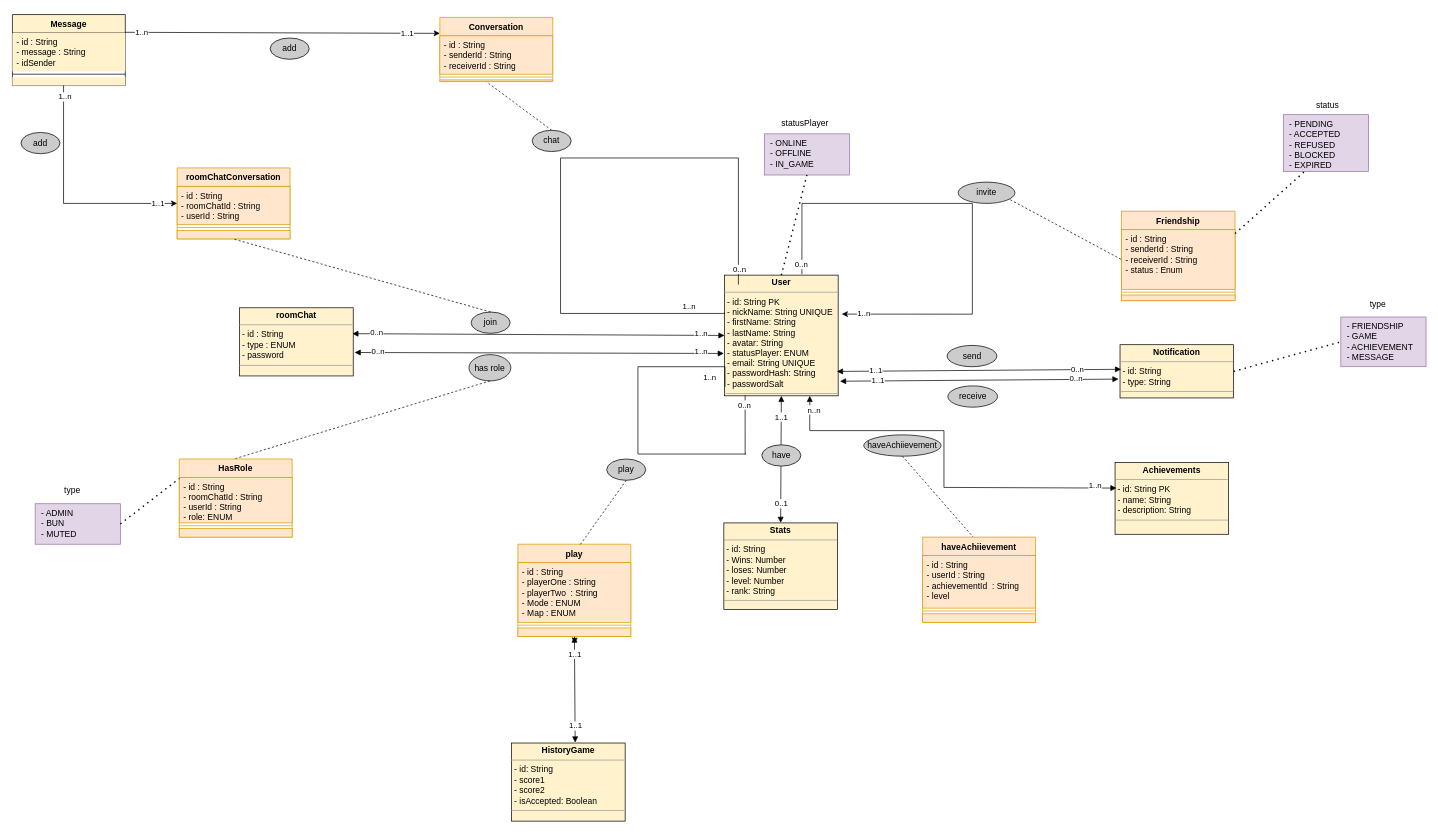
The draw.io diagram class_diagram.drawio in FRAGG33R/whiff-waff, before the edit. Source tidied: cells renumbered, new cells numbered last; positions are measured from the earlier drawing's top-left corner, leaving out a move shared by most shapes. Both pictures are drawn from the tidied source at 71%, with x=0, y=0 at pixel (12, 14).
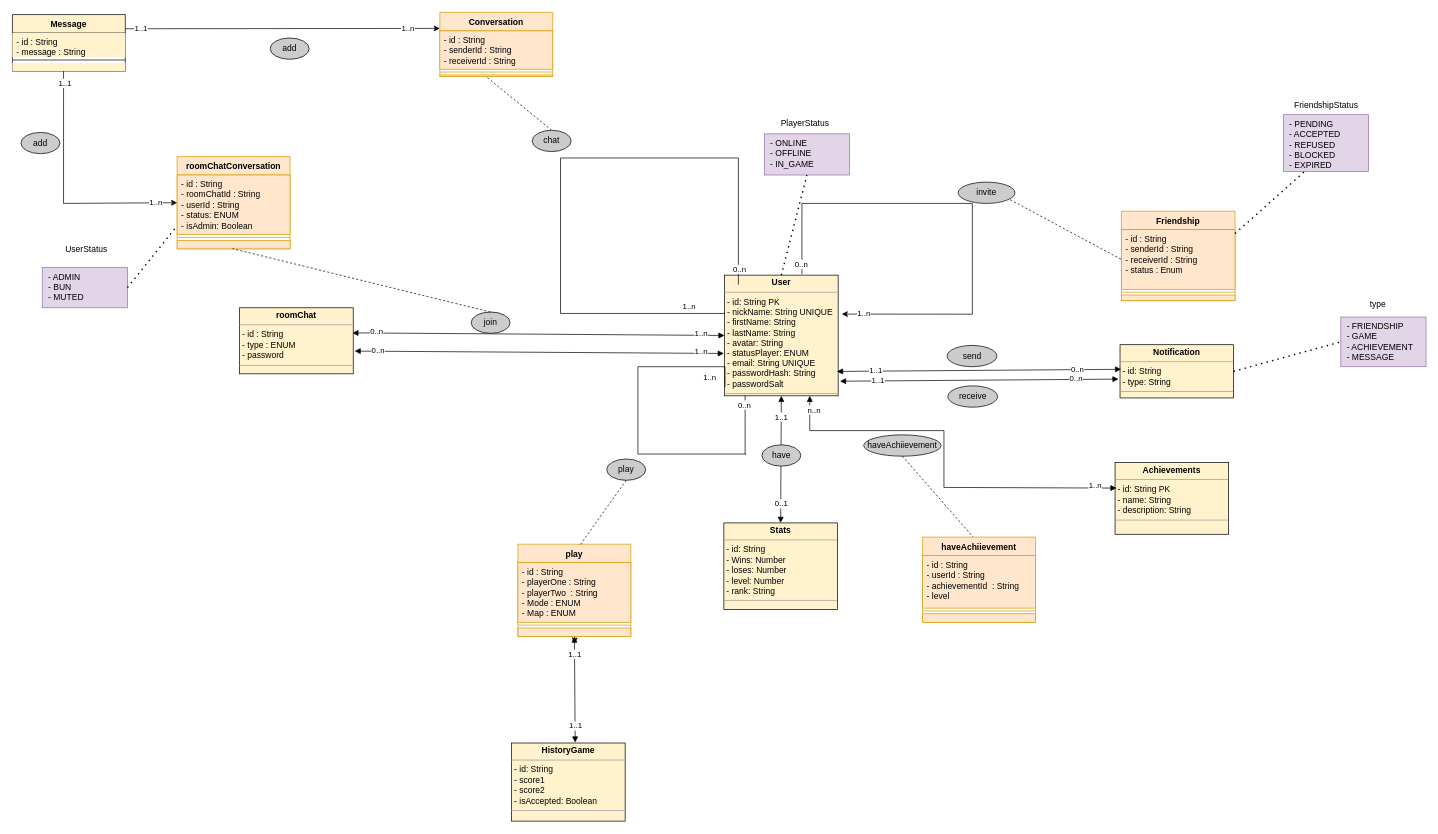
After the change.

Commit message:
refactore: removing useless element

The change refers to these unchanged cells:
```xml
<mxCell id="49" style="endArrow=classic;html=1;rounded=0;entryX=0;entryY=0.25;entryDx=0;entryDy=0;exitX=1;exitY=0.25;exitDx=0;exitDy=0;" parent="1" edge="1" source="44" target="39">
  <mxGeometry relative="1" as="geometry" />
</mxCell>
<mxCell id="62" style="endArrow=classic;html=1;rounded=0;exitX=0.453;exitY=0.974;exitDx=0;exitDy=0;entryX=0;entryY=0.5;entryDx=0;entryDy=0;exitPerimeter=0;" parent="1" edge="1" source="47" target="57">
  <mxGeometry relative="1" as="geometry">
    <Array as="points">
      <mxPoint x="72" y="266" />
    </Array>
  </mxGeometry>
</mxCell>
```

Change to the diagram source:
```diff
@@
-    <mxCell id="20" value="status" style="text;html=1;align=center;verticalAlign=middle;strokeColor=none;fillColor=none;" parent="1" vertex="1">
-      <mxGeometry x="1822" y="113" width="60" height="30" as="geometry" />
+    <mxCell id="20" value="FriendshipStatus" style="text;html=1;align=center;verticalAlign=middle;strokeColor=none;fillColor=none;" parent="1" vertex="1">
+      <mxGeometry x="1795" y="113" width="110" height="30" as="geometry" />
     </mxCell>
@@
     <mxCell id="39" value="Conversation" style="swimlane;fontStyle=1;align=center;verticalAlign=top;horizontal=1;startSize=26;whiteSpace=wrap;html=1;fillColor=#ffe6cc;strokeColor=#d79b00;" parent="1" vertex="1">
-      <mxGeometry x="602" y="4" width="159" height="90" as="geometry" />
+      <mxGeometry x="602" y="-3" width="159" height="90" as="geometry" />
     </mxCell>
@@
     <mxCell id="44" value="Message" style="swimlane;fontStyle=1;align=center;verticalAlign=top;horizontal=1;startSize=26;whiteSpace=wrap;html=1;fillColor=#FFF2CC;" parent="1" vertex="1">
-      <mxGeometry width="159" height="100" as="geometry" />
+      <mxGeometry width="159" height="80" as="geometry" />
     </mxCell>
-    <mxCell id="45" value="- id : String&lt;br&gt;- message : String&lt;br&gt;- idSender" style="text;strokeColor=none;fillColor=#FFF2CC;align=left;verticalAlign=top;spacingLeft=4;spacingRight=4;overflow=hidden;whiteSpace=wrap;html=1;" parent="44" vertex="1">
-      <mxGeometry y="26" width="159" height="54" as="geometry" />
+    <mxCell id="45" value="- id : String&lt;br&gt;- message : String" style="text;strokeColor=none;fillColor=#FFF2CC;align=left;verticalAlign=top;spacingLeft=4;spacingRight=4;overflow=hidden;whiteSpace=wrap;html=1;" parent="44" vertex="1">
+      <mxGeometry y="26" width="159" height="34" as="geometry" />
     </mxCell>
     <mxCell id="46" style="line;strokeWidth=1;fillColor=none;align=left;verticalAlign=middle;spacingTop=-1;spacingLeft=3;spacingRight=3;labelPosition=right;strokeColor=inherit;" parent="44" vertex="1">
-      <mxGeometry y="80" width="159" height="8" as="geometry" />
+      <mxGeometry y="60" width="159" height="8" as="geometry" />
     </mxCell>
     <mxCell id="47" style="text;strokeColor=none;fillColor=#FFF2CC;align=left;verticalAlign=top;spacingLeft=4;spacingRight=4;overflow=hidden;points=[[0,0.5],[1,0.5]];portConstraint=eastwest;whiteSpace=wrap;html=1;" parent="44" vertex="1">
-      <mxGeometry y="88" width="159" height="12" as="geometry" />
+      <mxGeometry y="68" width="159" height="12" as="geometry" />
     </mxCell>
@@
-    <mxCell id="50" value="1..1" style="edgeLabel;html=1;align=center;verticalAlign=middle;" parent="49" vertex="1">
+    <mxCell id="50" value="1..n" style="edgeLabel;html=1;align=center;verticalAlign=middle;" parent="49" vertex="1">
       <mxGeometry x="0.69" y="-1" relative="1" as="geometry">
         <mxPoint x="23" y="-2" as="offset" />
       </mxGeometry>
     </mxCell>
-    <mxCell id="51" value="1..n" style="edgeLabel;html=1;align=center;verticalAlign=middle;" parent="49" vertex="1">
+    <mxCell id="51" value="1..1" style="edgeLabel;html=1;align=center;verticalAlign=middle;" parent="49" vertex="1">
       <mxGeometry x="-0.9" y="1" relative="1" as="geometry" />
     </mxCell>
@@
     <mxCell id="55" value="&lt;p style=&quot;margin:0px;margin-top:4px;text-align:center;&quot;&gt;&lt;b&gt;roomChat&lt;/b&gt;&lt;/p&gt;&lt;hr size=&quot;1&quot;&gt;&lt;p style=&quot;margin:0px;margin-left:4px;&quot;&gt;- id : String&lt;/p&gt;&lt;p style=&quot;margin:0px;margin-left:4px;&quot;&gt;- type : ENUM&lt;/p&gt;&lt;p style=&quot;margin:0px;margin-left:4px;&quot;&gt;- password&lt;/p&gt;&lt;hr size=&quot;1&quot;&gt;&lt;p style=&quot;margin:0px;margin-left:4px;&quot;&gt;&lt;br&gt;&lt;/p&gt;" style="verticalAlign=top;align=left;overflow=fill;fontSize=12;fontFamily=Helvetica;html=1;whiteSpace=wrap;fillColor=#FFF2CC;" parent="1" vertex="1">
-      <mxGeometry x="320" y="413" width="160" height="96" as="geometry" />
+      <mxGeometry x="320" y="413" width="160" height="93" as="geometry" />
     </mxCell>
@@
     <mxCell id="57" value="roomChatConversation" style="swimlane;fontStyle=1;align=center;verticalAlign=top;horizontal=1;startSize=26;whiteSpace=wrap;html=1;fillColor=#ffe6cc;strokeColor=#d79b00;" parent="1" vertex="1">
-      <mxGeometry x="232" y="216" width="159" height="100" as="geometry" />
+      <mxGeometry x="232" y="200" width="159" height="130" as="geometry" />
     </mxCell>
-    <mxCell id="58" value="- id : String&lt;br&gt;- roomChatId : String&lt;br&gt;- userId : String" style="text;strokeColor=#d79b00;fillColor=#ffe6cc;align=left;verticalAlign=top;spacingLeft=4;spacingRight=4;overflow=hidden;whiteSpace=wrap;html=1;" parent="57" vertex="1">
-      <mxGeometry y="26" width="159" height="54" as="geometry" />
+    <mxCell id="58" value="- id : String&lt;br&gt;- roomChatId : String&lt;br&gt;- userId : String&lt;br&gt;- status: ENUM&lt;br&gt;- isAdmin: Boolean" style="text;strokeColor=#d79b00;fillColor=#ffe6cc;align=left;verticalAlign=top;spacingLeft=4;spacingRight=4;overflow=hidden;whiteSpace=wrap;html=1;" parent="57" vertex="1">
+      <mxGeometry y="26" width="159" height="84" as="geometry" />
     </mxCell>
     <mxCell id="59" style="line;strokeWidth=1;fillColor=none;align=left;verticalAlign=middle;spacingTop=-1;spacingLeft=3;spacingRight=3;labelPosition=right;strokeColor=inherit;" parent="57" vertex="1">
-      <mxGeometry y="80" width="159" height="8" as="geometry" />
+      <mxGeometry y="110" width="159" height="8" as="geometry" />
     </mxCell>
     <mxCell id="60" style="text;strokeColor=#d79b00;fillColor=#ffe6cc;align=left;verticalAlign=top;spacingLeft=4;spacingRight=4;overflow=hidden;points=[[0,0.5],[1,0.5]];portConstraint=eastwest;whiteSpace=wrap;html=1;" parent="57" vertex="1">
-      <mxGeometry y="88" width="159" height="12" as="geometry" />
+      <mxGeometry y="118" width="159" height="12" as="geometry" />
     </mxCell>
@@
-    <mxCell id="63" value="1..1" style="edgeLabel;html=1;align=center;verticalAlign=middle;" parent="62" vertex="1">
+    <mxCell id="63" value="1..n" style="edgeLabel;html=1;align=center;verticalAlign=middle;" parent="62" vertex="1">
       <mxGeometry x="0.69" y="-1" relative="1" as="geometry">
         <mxPoint x="23" y="-2" as="offset" />
       </mxGeometry>
     </mxCell>
-    <mxCell id="64" value="1..n" style="edgeLabel;html=1;align=center;verticalAlign=middle;" parent="62" vertex="1">
+    <mxCell id="64" value="1..1" style="edgeLabel;html=1;align=center;verticalAlign=middle;" parent="62" vertex="1">
       <mxGeometry x="-0.9" y="1" relative="1" as="geometry" />
     </mxCell>
@@
-    <mxCell id="75" value="has role" style="ellipse;whiteSpace=wrap;html=1;fillColor=#CCCCCC;" parent="1" vertex="1">
-      <mxGeometry x="643" y="479" width="59" height="37" as="geometry" />
-    </mxCell>
-    <mxCell id="76" style="endArrow=none;dashed=1;html=1;rounded=0;exitX=0.5;exitY=1;exitDx=0;exitDy=0;" parent="1" edge="1" source="75">
-      <mxGeometry relative="1" as="geometry">
-        <mxPoint x="312" y="626" as="targetPoint" />
-      </mxGeometry>
-    </mxCell>
-    <mxCell id="77" value="HasRole" style="swimlane;fontStyle=1;align=center;verticalAlign=top;horizontal=1;startSize=26;whiteSpace=wrap;html=1;fillColor=#ffe6cc;strokeColor=#d79b00;" parent="1" vertex="1">
-      <mxGeometry x="235" y="626" width="159" height="110" as="geometry" />
-    </mxCell>
-    <mxCell id="78" value="- id : String&lt;br&gt;- roomChatId : String&lt;br&gt;- userId : String&lt;br&gt;- role: ENUM" style="text;strokeColor=#d79b00;fillColor=#ffe6cc;align=left;verticalAlign=top;spacingLeft=4;spacingRight=4;overflow=hidden;whiteSpace=wrap;html=1;" parent="77" vertex="1">
-      <mxGeometry y="26" width="159" height="64" as="geometry" />
-    </mxCell>
-    <mxCell id="79" style="line;strokeWidth=1;fillColor=none;align=left;verticalAlign=middle;spacingTop=-1;spacingLeft=3;spacingRight=3;labelPosition=right;strokeColor=inherit;" parent="77" vertex="1">
-      <mxGeometry y="90" width="159" height="8" as="geometry" />
-    </mxCell>
-    <mxCell id="80" style="text;strokeColor=#d79b00;fillColor=#ffe6cc;align=left;verticalAlign=top;spacingLeft=4;spacingRight=4;overflow=hidden;whiteSpace=wrap;html=1;" parent="77" vertex="1">
-      <mxGeometry y="98" width="159" height="12" as="geometry" />
-    </mxCell>
@@
     <mxCell id="83" value="&amp;nbsp; - ADMIN&lt;br&gt;&amp;nbsp; - BUN&lt;br&gt;&amp;nbsp; - MUTED" style="whiteSpace=wrap;html=1;align=left;verticalAlign=top;fillColor=#e1d5e7;strokeColor=#9673a6;" parent="1" vertex="1">
-      <mxGeometry x="32" y="689" width="120" height="57" as="geometry" />
+      <mxGeometry x="42" y="356" width="120" height="57" as="geometry" />
     </mxCell>
-    <mxCell id="84" value="type" style="text;html=1;align=center;verticalAlign=middle;strokeColor=none;fillColor=none;" parent="1" vertex="1">
-      <mxGeometry x="59" y="656" width="50" height="30" as="geometry" />
+    <mxCell id="84" value="UserStatus" style="text;html=1;align=center;verticalAlign=middle;strokeColor=none;fillColor=none;" parent="1" vertex="1">
+      <mxGeometry x="64" y="316" width="80" height="30" as="geometry" />
     </mxCell>
-    <mxCell id="85" style="endArrow=none;dashed=1;html=1;dashPattern=1 3;strokeWidth=2;rounded=0;exitX=1;exitY=0.5;exitDx=0;exitDy=0;entryX=0;entryY=0.25;entryDx=0;entryDy=0;" parent="1" edge="1" source="83" target="77">
+    <mxCell id="85" style="endArrow=none;dashed=1;html=1;dashPattern=1 3;strokeWidth=2;rounded=0;exitX=1;exitY=0.5;exitDx=0;exitDy=0;entryX=0;entryY=0.75;entryDx=0;entryDy=0;" parent="1" edge="1" source="83" target="57">
       <mxGeometry relative="1" as="geometry" />
     </mxCell>
@@
-    <mxCell id="100" value="statusPlayer" style="text;html=1;align=center;verticalAlign=middle;strokeColor=none;fillColor=none;" parent="1" vertex="1">
+    <mxCell id="100" value="PlayerStatus" style="text;html=1;align=center;verticalAlign=middle;strokeColor=none;fillColor=none;" parent="1" vertex="1">
       <mxGeometry x="1071" y="138" width="90" height="30" as="geometry" />
     </mxCell>
```
